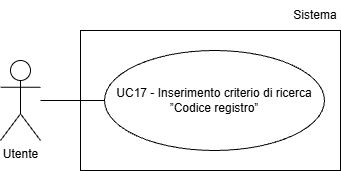
This is assets/Use_Case_Diagrams/UC17.png from Team-Three-Technologies/Documenti, a draw.io export, as it was before one commit. Source tidied: cells renumbered, new cells last; positions are measured from the earlier drawing's top-left corner, leaving out a move shared by most shapes. Source of this version:
```xml
<mxGraphModel>
  <root>
    <mxCell id="0" />
    <mxCell id="1" parent="0" />
    <mxCell id="2" value="Utente" style="shape=umlActor;verticalLabelPosition=bottom;verticalAlign=top;html=1;" parent="1" vertex="1">
      <mxGeometry y="60" width="40" height="80" as="geometry" />
    </mxCell>
    <mxCell id="3" value="UC17 - Inserimento criterio di ricerca ”Codice registro”" style="ellipse;whiteSpace=wrap;html=1;align=center;" parent="1" vertex="1">
      <mxGeometry x="104" y="50" width="220" height="100" as="geometry" />
    </mxCell>
    <mxCell id="4" style="endArrow=none;html=1;rounded=0;entryX=0;entryY=0.5;entryDx=0;entryDy=0;" parent="1" edge="1" target="3">
      <mxGeometry relative="1" as="geometry">
        <mxPoint x="40" y="100" as="sourcePoint" />
      </mxGeometry>
    </mxCell>
    <mxCell id="5" style="rounded=0;whiteSpace=wrap;html=1;fillColor=none;" parent="1" vertex="1">
      <mxGeometry x="80" y="30" width="260" height="140" as="geometry" />
    </mxCell>
    <mxCell id="6" value="Sistema" style="text;html=1;whiteSpace=wrap;strokeColor=none;fillColor=none;align=center;verticalAlign=middle;rounded=0;" parent="1" vertex="1">
      <mxGeometry x="290" width="50" height="30" as="geometry" />
    </mxCell>
  </root>
</mxGraphModel>
```
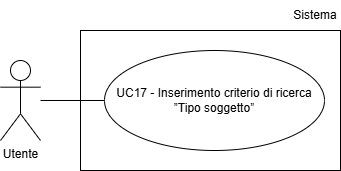
The same file after the commit.

The edit, as a diff of the source:
```diff
@@ -5,17 +5,17 @@
     <mxCell id="2" value="Utente" style="shape=umlActor;verticalLabelPosition=bottom;verticalAlign=top;html=1;" parent="1" vertex="1">
       <mxGeometry y="60" width="40" height="80" as="geometry" />
     </mxCell>
-    <mxCell id="3" value="UC17 - Inserimento criterio di ricerca ”Codice registro”" style="ellipse;whiteSpace=wrap;html=1;align=center;" parent="1" vertex="1">
-      <mxGeometry x="104" y="50" width="220" height="100" as="geometry" />
-    </mxCell>
-    <mxCell id="4" style="endArrow=none;html=1;rounded=0;entryX=0;entryY=0.5;entryDx=0;entryDy=0;" parent="1" edge="1" target="3">
-      <mxGeometry relative="1" as="geometry">
-        <mxPoint x="40" y="100" as="sourcePoint" />
-      </mxGeometry>
-    </mxCell>
-    <mxCell id="5" style="rounded=0;whiteSpace=wrap;html=1;fillColor=none;" parent="1" vertex="1">
-      <mxGeometry x="80" y="30" width="260" height="140" as="geometry" />
-    </mxCell>
+    <mxCell id="7" value="UC17 - Inserimento criterio di ricerca ”Tipo soggetto”" style="ellipse;whiteSpace=wrap;html=1;align=center;" parent="1" vertex="1">
+      <mxGeometry x="104" y="50" width="220" height="100" as="geometry" />
+    </mxCell>
+    <mxCell id="8" style="endArrow=none;html=1;rounded=0;entryX=0;entryY=0.5;entryDx=0;entryDy=0;" parent="1" edge="1" target="7">
+      <mxGeometry relative="1" as="geometry">
+        <mxPoint x="40" y="100" as="sourcePoint" />
+      </mxGeometry>
+    </mxCell>
+    <mxCell id="9" style="rounded=0;whiteSpace=wrap;html=1;fillColor=none;" parent="1" vertex="1">
+      <mxGeometry x="80" y="30" width="260" height="140" as="geometry" />
+    </mxCell>
     <mxCell id="6" value="Sistema" style="text;html=1;whiteSpace=wrap;strokeColor=none;fillColor=none;align=center;verticalAlign=middle;rounded=0;" parent="1" vertex="1">
       <mxGeometry x="290" width="50" height="30" as="geometry" />
     </mxCell>
```
